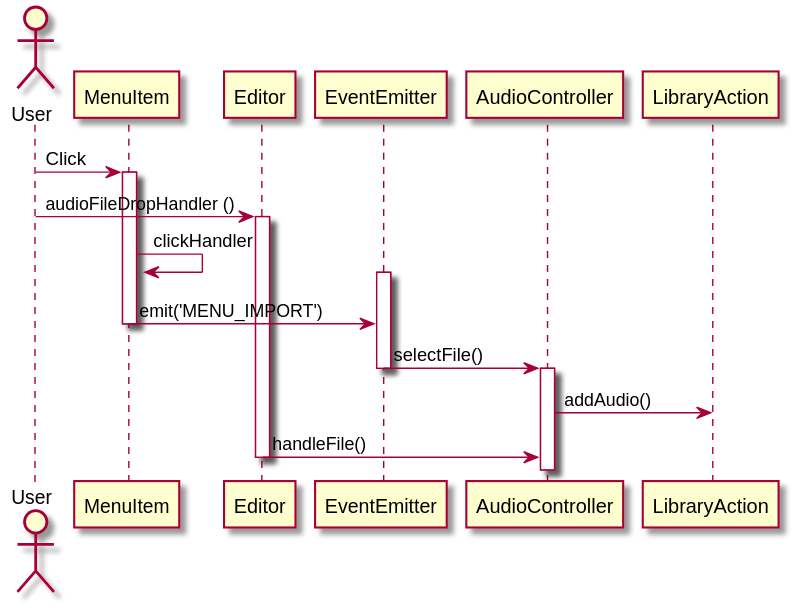
Before: out/sequence_diagram/importAudio/importAudio.svg, a diagram exported from PlantUML (austudio-team/austudio-uml-graph).
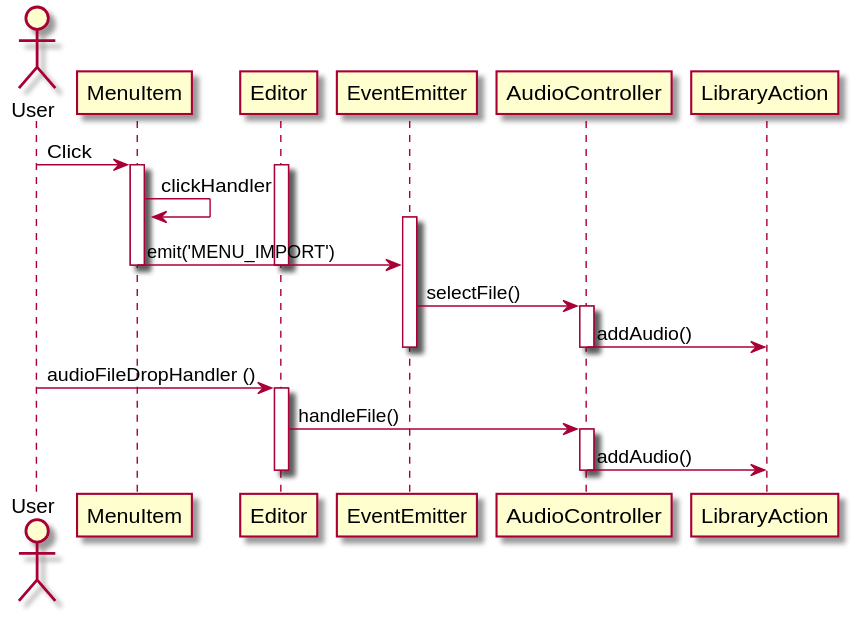
The same diagram one commit later.

Change to the diagram source:
```diff
@@ -3,16 +3,22 @@
 
 User -> MenuItem: Click
 activate MenuItem
-User -> Editor: audioFileDropHandler ()
 activate Editor
 MenuItem -> MenuItem: clickHandler
 activate EventEmitter
 MenuItem -> EventEmitter: emit('MENU_IMPORT')
+deactivate Editor
 deactivate MenuItem
 EventEmitter -> AudioController: selectFile()
-deactivate EventEmitter
 activate AudioController
 AudioController -> LibraryAction: addAudio()
+deactivate AudioController
+deactivate EventEmitter
+User -> Editor: audioFileDropHandler ()
+activate Editor
 Editor -> AudioController: handleFile()
+activate AudioController
+AudioController -> LibraryAction: addAudio()
+deactivate AudioController
 deactivate Editor
 @enduml
```
